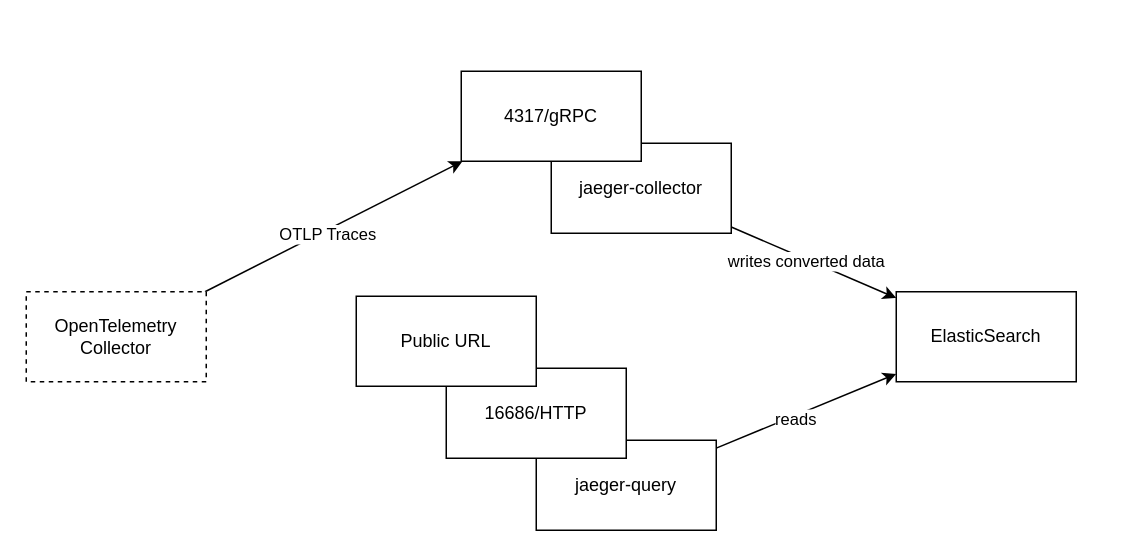
This is page "Jaeger" (7 of 7) of assets/Bachelorarbeit.drawio from andreasgerner/distributed-tracing, a draw.io file, before an edit. Source tidied: cells renumbered, new cells numbered last; positions are measured from the earlier drawing's top-left corner, leaving out a move shared by most shapes. Both pictures are drawn from the tidied source at 150%, with x=0, y=0 at pixel (26, 70).
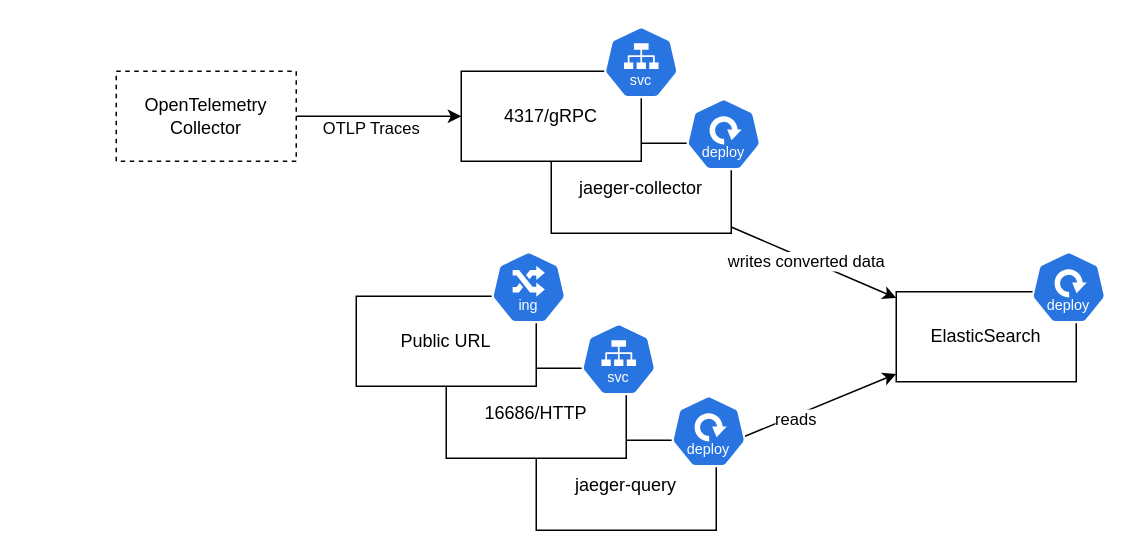
The same page after the edit.

What changed in the source:
```diff
@@
     <mxCell id="4" value="OpenTelemetry Collector" style="rounded=0;whiteSpace=wrap;html=1;dashed=1;" parent="1" vertex="1">
-      <mxGeometry y="147" width="120" height="60" as="geometry" />
+      <mxGeometry x="60" width="120" height="60" as="geometry" />
     </mxCell>
@@
+    <mxCell id="15" style="sketch=0;html=1;dashed=0;whitespace=wrap;verticalLabelPosition=bottom;verticalAlign=top;fillColor=#2875E2;strokeColor=#ffffff;shape=mxgraph.kubernetes.icon2;kubernetesLabel=1;prIcon=deploy;" parent="1" vertex="1">
+      <mxGeometry x="670" y="120" width="50" height="48" as="geometry" />
+    </mxCell>
+    <mxCell id="16" style="sketch=0;html=1;dashed=0;whitespace=wrap;verticalLabelPosition=bottom;verticalAlign=top;fillColor=#2875E2;strokeColor=#ffffff;shape=mxgraph.kubernetes.icon2;kubernetesLabel=1;prIcon=svc;" parent="1" vertex="1">
+      <mxGeometry x="385" y="-30" width="50" height="48" as="geometry" />
+    </mxCell>
+    <mxCell id="17" style="sketch=0;html=1;dashed=0;whitespace=wrap;verticalLabelPosition=bottom;verticalAlign=top;fillColor=#2875E2;strokeColor=#ffffff;shape=mxgraph.kubernetes.icon2;kubernetesLabel=1;prIcon=ing;" parent="1" vertex="1">
+      <mxGeometry x="310" y="120" width="50" height="48" as="geometry" />
+    </mxCell>
+    <mxCell id="18" style="sketch=0;html=1;dashed=0;whitespace=wrap;verticalLabelPosition=bottom;verticalAlign=top;fillColor=#2875E2;strokeColor=#ffffff;shape=mxgraph.kubernetes.icon2;kubernetesLabel=1;prIcon=svc;" parent="1" vertex="1">
+      <mxGeometry x="370" y="168" width="50" height="48" as="geometry" />
+    </mxCell>
+    <mxCell id="19" style="sketch=0;html=1;dashed=0;whitespace=wrap;verticalLabelPosition=bottom;verticalAlign=top;fillColor=#2875E2;strokeColor=#ffffff;shape=mxgraph.kubernetes.icon2;kubernetesLabel=1;prIcon=deploy;" parent="1" vertex="1">
+      <mxGeometry x="430" y="216" width="50" height="48" as="geometry" />
+    </mxCell>
+    <mxCell id="20" style="sketch=0;html=1;dashed=0;whitespace=wrap;verticalLabelPosition=bottom;verticalAlign=top;fillColor=#2875E2;strokeColor=#ffffff;shape=mxgraph.kubernetes.icon2;kubernetesLabel=1;prIcon=deploy;" parent="1" vertex="1">
+      <mxGeometry x="440" y="18" width="50" height="48" as="geometry" />
+    </mxCell>
```
